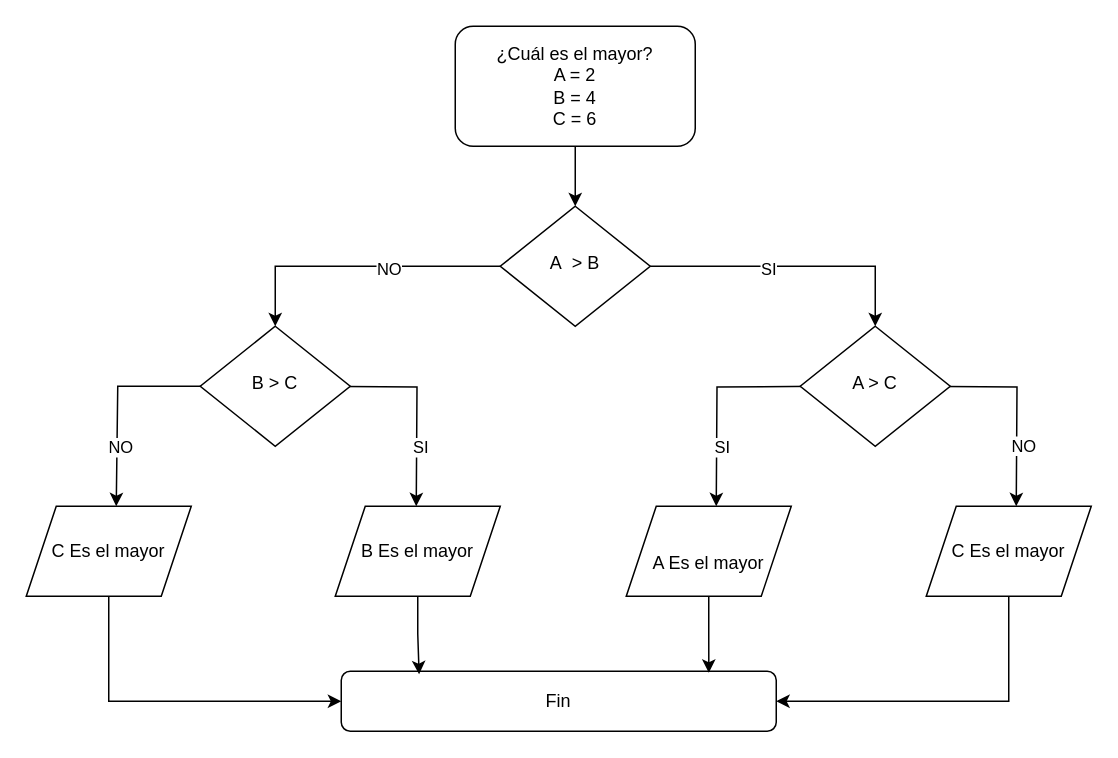
The draw.io diagram Diagrama_de_flujo.drawio in odaziano/Curso_Python, before the edit. Source tidied: cells renumbered, new cells numbered last; positions are measured from the earlier drawing's top-left corner, leaving out a move shared by most shapes. Both pictures are drawn from the tidied source at 150%, with x=0, y=0 at pixel (26, 26).
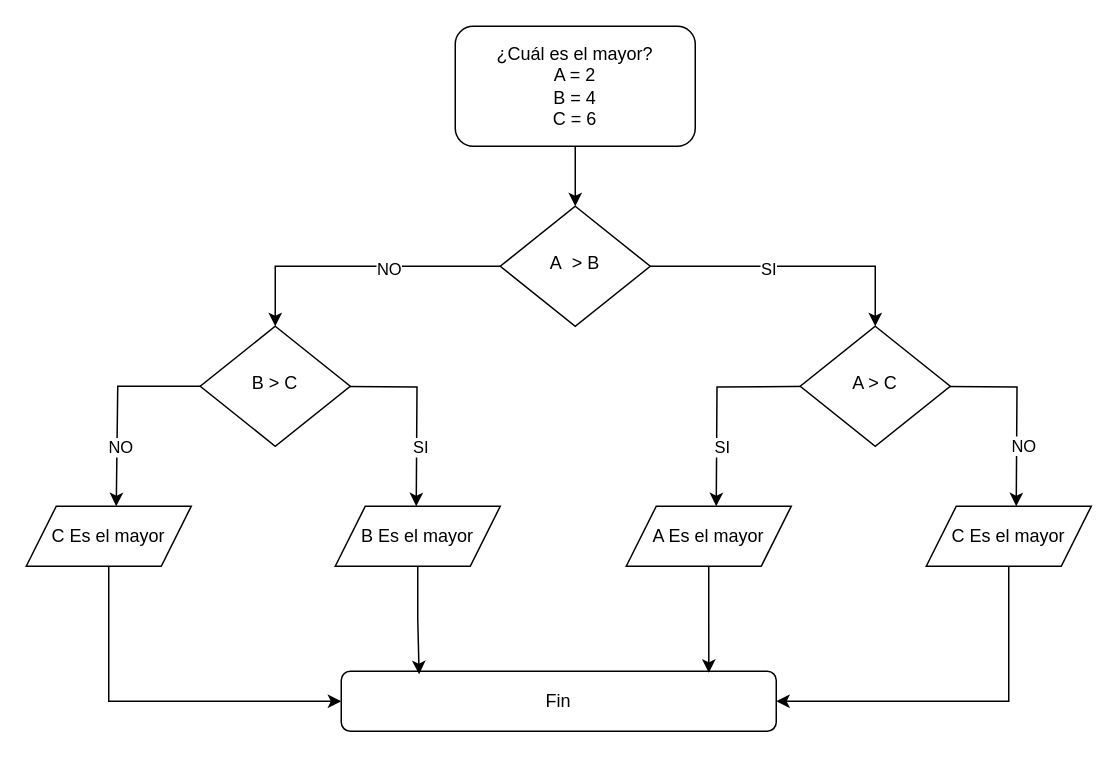
Above is the later version.

The edit, as a diff of the source:
```diff
@@
     <mxCell id="21" value="C Es el mayor" style="shape=parallelogram;perimeter=parallelogramPerimeter;whiteSpace=wrap;html=1;fixedSize=1;" parent="1" vertex="1">
-      <mxGeometry y="320" width="110" height="60" as="geometry" />
+      <mxGeometry y="320" width="110" height="40" as="geometry" />
     </mxCell>
     <mxCell id="22" value="B Es el mayor" style="shape=parallelogram;perimeter=parallelogramPerimeter;whiteSpace=wrap;html=1;fixedSize=1;" parent="1" vertex="1">
-      <mxGeometry x="206" y="320" width="110" height="60" as="geometry" />
+      <mxGeometry x="206" y="320" width="110" height="40" as="geometry" />
     </mxCell>
-    <mxCell id="23" value="&lt;br&gt;A Es el mayor" style="shape=parallelogram;perimeter=parallelogramPerimeter;whiteSpace=wrap;html=1;fixedSize=1;" parent="1" vertex="1">
-      <mxGeometry x="400" y="320" width="110" height="60" as="geometry" />
+    <mxCell id="23" value="A Es el mayor" style="shape=parallelogram;perimeter=parallelogramPerimeter;whiteSpace=wrap;html=1;fixedSize=1;" parent="1" vertex="1">
+      <mxGeometry x="400" y="320" width="110" height="40" as="geometry" />
     </mxCell>
@@
     <mxCell id="25" value="C Es el mayor" style="shape=parallelogram;perimeter=parallelogramPerimeter;whiteSpace=wrap;html=1;fixedSize=1;" parent="1" vertex="1">
-      <mxGeometry x="600" y="320" width="110" height="60" as="geometry" />
+      <mxGeometry x="600" y="320" width="110" height="40" as="geometry" />
     </mxCell>
```
